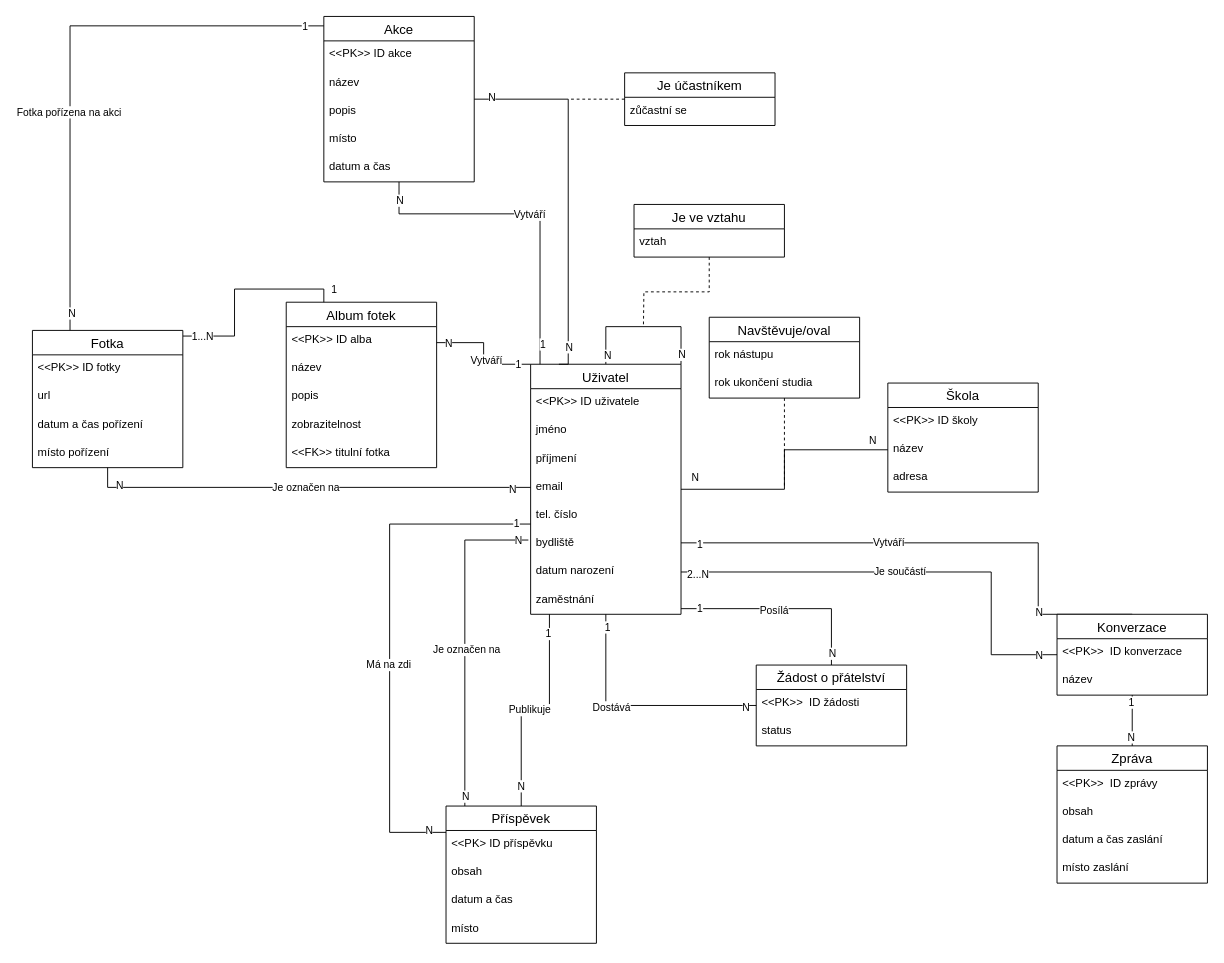
This is ER.drawio from JakubBlaha/projekt-IUS, a draw.io file, before an edit. Source tidied: cells renumbered, new cells numbered last; positions are measured from the earlier drawing's top-left corner, leaving out a move shared by most shapes. Both pictures are drawn from the tidied source at 94%, with x=0, y=0 at pixel (32, 16).
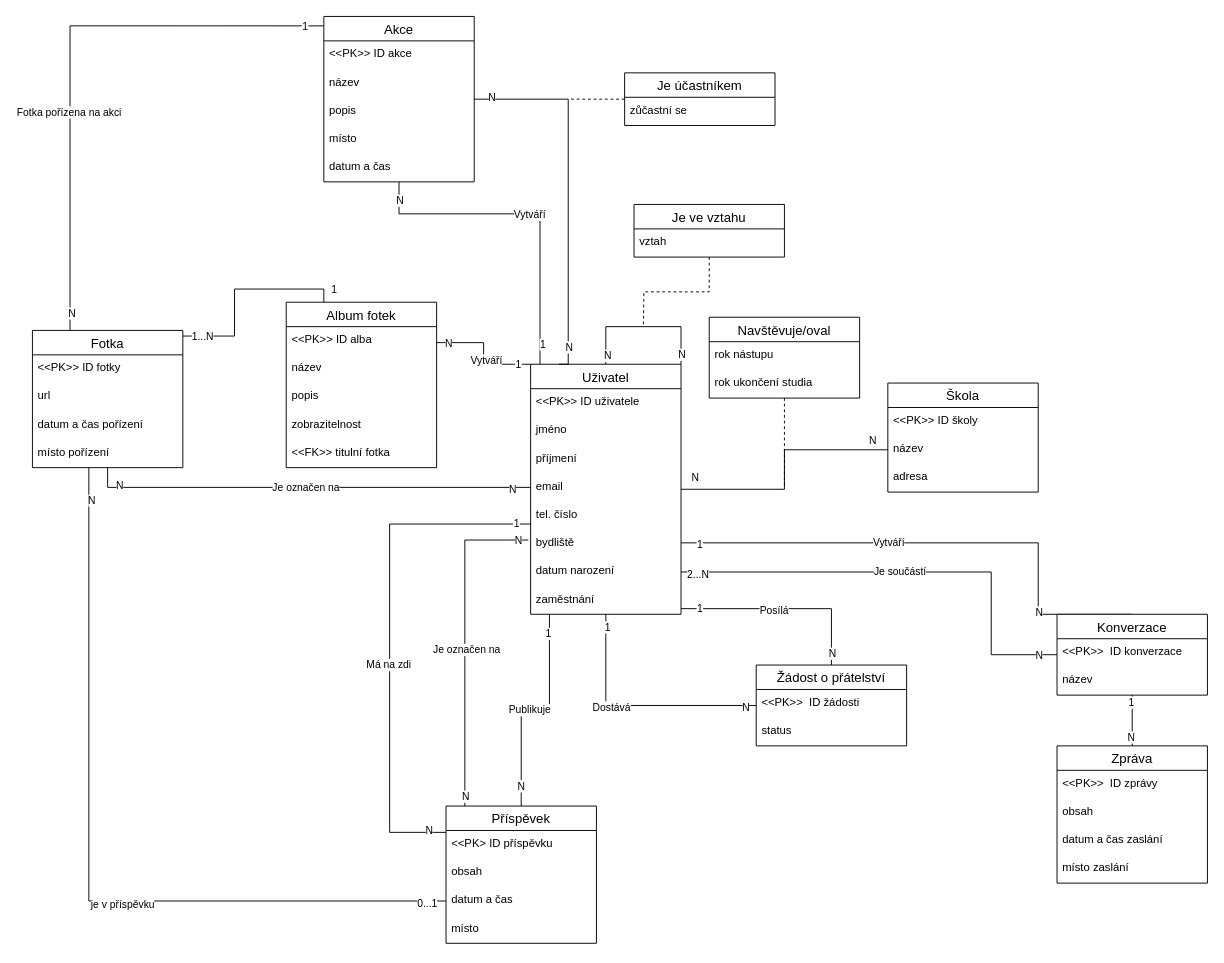
After the change.

Commit message (it also covers changes not shown here):
Feat: Class diagram + ER change||fix

The change refers to these unchanged cells:
```xml
<mxCell id="54" value="datum a čas" style="text;strokeColor=none;fillColor=none;spacingLeft=4;spacingRight=4;overflow=hidden;points=[[0,0.5],[1,0.5]];portConstraint=eastwest;fontSize=12;" parent="51" vertex="1">
  <mxGeometry y="86" width="160" height="30" as="geometry" />
</mxCell>
<mxCell id="81" value="místo pořízení" style="text;strokeColor=none;fillColor=none;spacingLeft=4;spacingRight=4;overflow=hidden;points=[[0,0.5],[1,0.5]];portConstraint=eastwest;fontSize=12;" parent="77" vertex="1">
  <mxGeometry y="116" width="160" height="30" as="geometry" />
</mxCell>
```

Change to the diagram source:
```diff
@@
+    <mxCell id="118" style="edgeStyle=orthogonalEdgeStyle;rounded=0;jettySize=auto;html=1;entryX=0;entryY=0.5;entryDx=0;entryDy=0;endArrow=none;endFill=0;" parent="1" edge="1" source="81" target="54">
+      <mxGeometry relative="1" as="geometry">
+        <Array as="points">
+          <mxPoint x="60" y="941" />
+        </Array>
+      </mxGeometry>
+    </mxCell>
+    <mxCell id="119" value="N" style="edgeLabel;html=1;align=center;verticalAlign=middle;" parent="118" vertex="1">
+      <mxGeometry x="-0.92" y="2" relative="1" as="geometry" />
+    </mxCell>
+    <mxCell id="120" value="0...1" style="edgeLabel;html=1;align=center;verticalAlign=middle;" parent="118" vertex="1">
+      <mxGeometry x="0.95" y="-2" relative="1" as="geometry" />
+    </mxCell>
+    <mxCell id="121" value="je v příspěvku" style="edgeLabel;html=1;align=center;verticalAlign=middle;" parent="118" vertex="1">
+      <mxGeometry x="0.18" y="-3" relative="1" as="geometry" />
+    </mxCell>
```
